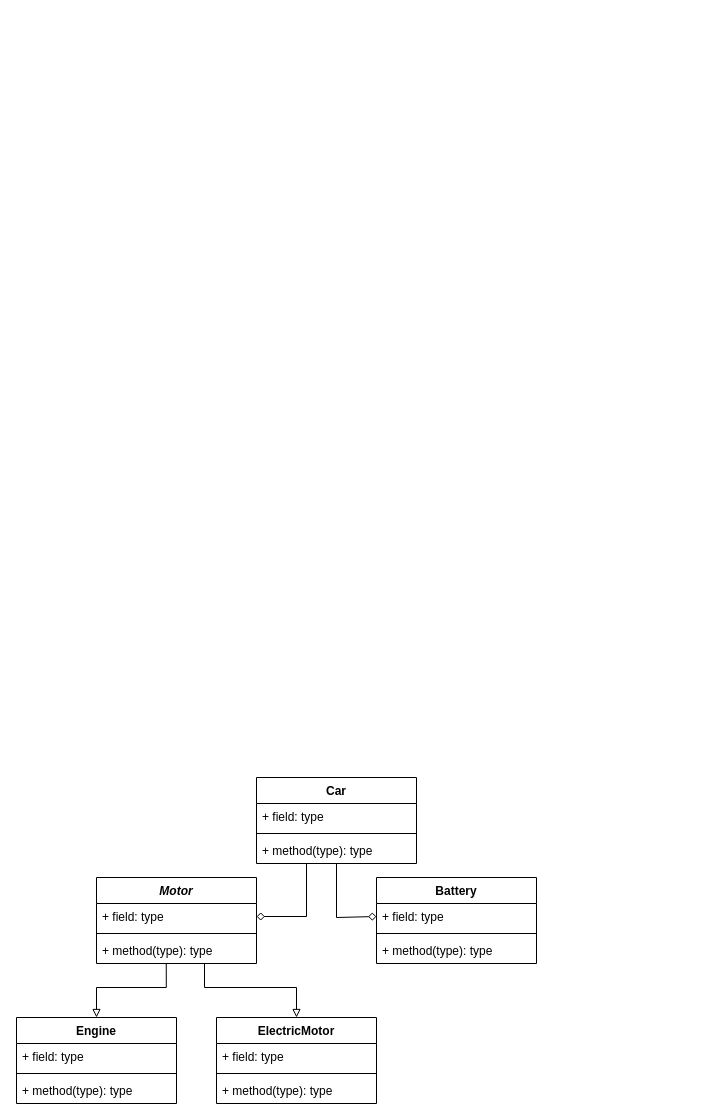
polandrea/polandrea keeps this draw.io diagram as Megnevezetlen diagram.drawio. Above is the earlier version. Source tidied: cells renumbered, new cells numbered last; positions are measured from the earlier drawing's top-left corner, leaving out a move shared by most shapes. Both pictures are drawn from the tidied source at 100%, with x=0, y=0 at pixel (16, 777).
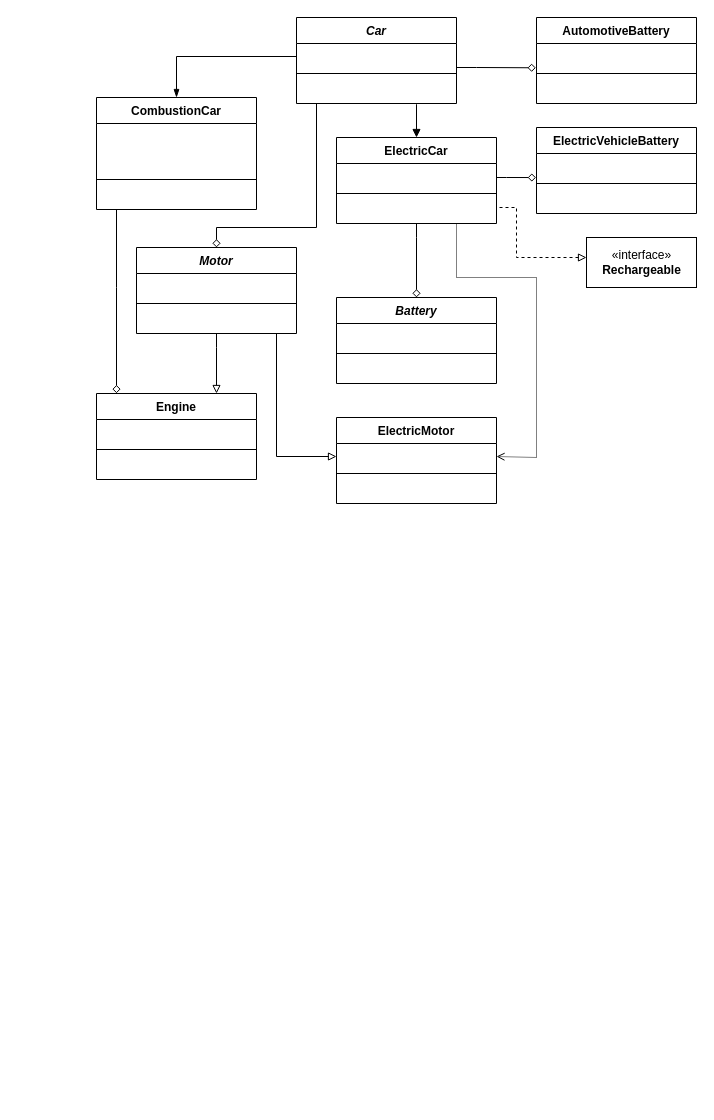
The same page after the edit.

Commit message:
cars diagram.drawio frissítés

Change to the diagram source:
```diff
@@
-    <mxCell id="2" style="edgeStyle=orthogonalEdgeStyle;rounded=0;jettySize=auto;html=1;entryX=1;entryY=0.5;entryDx=0;entryDy=0;endArrow=diamond;endFill=0;" parent="1" edge="1" source="4" target="15">
-      <mxGeometry relative="1" as="geometry">
-        <Array as="points">
-          <mxPoint x="290" y="139" />
-        </Array>
-      </mxGeometry>
-    </mxCell>
-    <mxCell id="3" style="edgeStyle=orthogonalEdgeStyle;rounded=0;jettySize=auto;html=1;entryX=0;entryY=0.5;entryDx=0;entryDy=0;endArrow=diamond;endFill=0;" parent="1" edge="1" source="4" target="9">
-      <mxGeometry relative="1" as="geometry">
-        <Array as="points">
-          <mxPoint x="320" y="140" />
-          <mxPoint x="360" y="140" />
-        </Array>
-      </mxGeometry>
-    </mxCell>
+    <mxCell id="26" style="edgeStyle=orthogonalEdgeStyle;rounded=0;jettySize=auto;html=1;endArrow=diamond;endFill=0;startArrow=none;" parent="1" edge="1" source="51" target="8">
+      <mxGeometry relative="1" as="geometry">
+        <Array as="points">
+          <mxPoint x="400" y="-540" />
+          <mxPoint x="400" y="-540" />
+        </Array>
+      </mxGeometry>
+    </mxCell>
+    <mxCell id="27" style="edgeStyle=orthogonalEdgeStyle;rounded=0;jettySize=auto;html=1;entryX=0.5;entryY=0;entryDx=0;entryDy=0;endArrow=diamond;endFill=0;" parent="1" edge="1" source="4" target="14">
+      <mxGeometry relative="1" as="geometry">
+        <Array as="points">
+          <mxPoint x="300" y="-550" />
+          <mxPoint x="200" y="-550" />
+        </Array>
+      </mxGeometry>
+    </mxCell>
+    <mxCell id="28" style="edgeStyle=orthogonalEdgeStyle;rounded=0;jettySize=auto;html=1;endArrow=diamond;endFill=0;entryX=-0.004;entryY=0.934;entryDx=0;entryDy=0;entryPerimeter=0;" parent="1" edge="1" source="4" target="47">
+      <mxGeometry relative="1" as="geometry">
+        <Array as="points">
+          <mxPoint x="460" y="-710" />
+          <mxPoint x="460" y="-710" />
+        </Array>
+      </mxGeometry>
+    </mxCell>
-    <mxCell id="4" value="Car" style="swimlane;fontStyle=1;align=center;verticalAlign=top;horizontal=1;startSize=26;" parent="1" vertex="1">
-      <mxGeometry x="240" width="160" height="86" as="geometry" />
+    <mxCell id="4" value="Car" style="swimlane;fontStyle=3;align=center;verticalAlign=top;horizontal=1;startSize=26;" parent="1" vertex="1">
+      <mxGeometry x="280" y="-760" width="160" height="86" as="geometry" />
     </mxCell>
-    <mxCell id="5" value="+ field: type" style="text;strokeColor=none;fillColor=none;align=left;verticalAlign=top;spacingLeft=4;spacingRight=4;overflow=hidden;points=[[0,0.5],[1,0.5]];portConstraint=eastwest;" parent="4" vertex="1">
+    <mxCell id="5" value=" " style="text;strokeColor=none;fillColor=none;align=left;verticalAlign=top;spacingLeft=4;spacingRight=4;overflow=hidden;points=[[0,0.5],[1,0.5]];portConstraint=eastwest;" parent="4" vertex="1">
       <mxGeometry y="26" width="160" height="26" as="geometry" />
     </mxCell>
@@
-    <mxCell id="7" value="+ method(type): type" style="text;strokeColor=none;fillColor=none;align=left;verticalAlign=top;spacingLeft=4;spacingRight=4;overflow=hidden;" parent="4" vertex="1">
+    <mxCell id="7" value=" " style="text;strokeColor=none;fillColor=none;align=left;verticalAlign=top;spacingLeft=4;spacingRight=4;overflow=hidden;" parent="4" vertex="1">
       <mxGeometry y="60" width="160" height="26" as="geometry" />
     </mxCell>
-    <mxCell id="8" value="Battery" style="swimlane;fontStyle=1;align=center;verticalAlign=top;horizontal=1;startSize=26;" parent="1" vertex="1">
-      <mxGeometry x="360" y="100" width="160" height="86" as="geometry" />
+    <mxCell id="8" value="Battery" style="swimlane;fontStyle=3;align=center;verticalAlign=top;horizontal=1;startSize=26;" parent="1" vertex="1">
+      <mxGeometry x="320" y="-480" width="160" height="86" as="geometry" />
     </mxCell>
-    <mxCell id="9" value="+ field: type" style="text;strokeColor=none;fillColor=none;align=left;verticalAlign=top;spacingLeft=4;spacingRight=4;overflow=hidden;points=[[0,0.5],[1,0.5]];portConstraint=eastwest;" parent="8" vertex="1">
+    <mxCell id="9" value=" " style="text;strokeColor=none;fillColor=none;align=left;verticalAlign=top;spacingLeft=4;spacingRight=4;overflow=hidden;points=[[0,0.5],[1,0.5]];portConstraint=eastwest;" parent="8" vertex="1">
       <mxGeometry y="26" width="160" height="26" as="geometry" />
     </mxCell>
@@
-    <mxCell id="11" value="+ method(type): type" style="text;strokeColor=none;fillColor=none;align=left;verticalAlign=top;spacingLeft=4;spacingRight=4;overflow=hidden;" parent="8" vertex="1">
+    <mxCell id="11" value=" " style="text;strokeColor=none;fillColor=none;align=left;verticalAlign=top;spacingLeft=4;spacingRight=4;overflow=hidden;" parent="8" vertex="1">
       <mxGeometry y="60" width="160" height="26" as="geometry" />
     </mxCell>
-    <mxCell id="12" style="edgeStyle=orthogonalEdgeStyle;rounded=0;jettySize=auto;html=1;entryX=0.5;entryY=0;entryDx=0;entryDy=0;endArrow=block;endFill=0;" parent="1" edge="1" source="17" target="22">
-      <mxGeometry relative="1" as="geometry">
-        <Array as="points">
-          <mxPoint x="188" y="210" />
-          <mxPoint x="280" y="210" />
-        </Array>
-      </mxGeometry>
-    </mxCell>
-    <mxCell id="13" style="edgeStyle=orthogonalEdgeStyle;rounded=0;jettySize=auto;html=1;entryX=0.5;entryY=0;entryDx=0;entryDy=0;exitX=0.436;exitY=0.992;exitDx=0;exitDy=0;exitPerimeter=0;endArrow=block;endFill=0;" parent="1" edge="1" source="17" target="18">
-      <mxGeometry relative="1" as="geometry">
-        <Array as="points">
-          <mxPoint x="150" y="210" />
-          <mxPoint x="80" y="210" />
-        </Array>
-      </mxGeometry>
-    </mxCell>
+    <mxCell id="29" style="edgeStyle=orthogonalEdgeStyle;rounded=0;jettySize=auto;html=1;endArrow=block;endFill=0;entryX=0;entryY=0.5;entryDx=0;entryDy=0;" parent="1" edge="1" source="14" target="23">
+      <mxGeometry relative="1" as="geometry">
+        <Array as="points">
+          <mxPoint x="260" y="-321" />
+        </Array>
+      </mxGeometry>
+    </mxCell>
+    <mxCell id="30" style="edgeStyle=orthogonalEdgeStyle;rounded=0;jettySize=auto;html=1;endArrow=block;endFill=0;" parent="1" edge="1" source="14" target="18">
+      <mxGeometry relative="1" as="geometry">
+        <Array as="points">
+          <mxPoint x="200" y="-430" />
+          <mxPoint x="200" y="-430" />
+        </Array>
+      </mxGeometry>
+    </mxCell>
     <mxCell id="14" value="Motor" style="swimlane;fontStyle=3;align=center;verticalAlign=top;horizontal=1;startSize=26;" parent="1" vertex="1">
-      <mxGeometry x="80" y="100" width="160" height="86" as="geometry" />
+      <mxGeometry x="120" y="-530" width="160" height="86" as="geometry" />
     </mxCell>
-    <mxCell id="15" value="+ field: type" style="text;strokeColor=none;fillColor=none;align=left;verticalAlign=top;spacingLeft=4;spacingRight=4;overflow=hidden;points=[[0,0.5],[1,0.5]];portConstraint=eastwest;" parent="14" vertex="1">
+    <mxCell id="15" value=" " style="text;strokeColor=none;fillColor=none;align=left;verticalAlign=top;spacingLeft=4;spacingRight=4;overflow=hidden;points=[[0,0.5],[1,0.5]];portConstraint=eastwest;" parent="14" vertex="1">
       <mxGeometry y="26" width="160" height="26" as="geometry" />
     </mxCell>
@@
-    <mxCell id="17" value="+ method(type): type" style="text;strokeColor=none;fillColor=none;align=left;verticalAlign=top;spacingLeft=4;spacingRight=4;overflow=hidden;points=[[0,0.5],[1,0.5]];portConstraint=eastwest;" parent="14" vertex="1">
+    <mxCell id="17" value=" " style="text;strokeColor=none;fillColor=none;align=left;verticalAlign=top;spacingLeft=4;spacingRight=4;overflow=hidden;points=[[0,0.5],[1,0.5]];portConstraint=eastwest;" parent="14" vertex="1">
       <mxGeometry y="60" width="160" height="26" as="geometry" />
     </mxCell>
     <mxCell id="18" value="Engine" style="swimlane;fontStyle=1;align=center;verticalAlign=top;horizontal=1;startSize=26;" parent="1" vertex="1">
-      <mxGeometry y="240" width="160" height="86" as="geometry" />
+      <mxGeometry x="80" y="-384" width="160" height="86" as="geometry" />
     </mxCell>
-    <mxCell id="19" value="+ field: type" style="text;strokeColor=none;fillColor=none;align=left;verticalAlign=top;spacingLeft=4;spacingRight=4;overflow=hidden;" parent="18" vertex="1">
+    <mxCell id="19" value=" " style="text;strokeColor=none;fillColor=none;align=left;verticalAlign=top;spacingLeft=4;spacingRight=4;overflow=hidden;" parent="18" vertex="1">
       <mxGeometry y="26" width="160" height="26" as="geometry" />
     </mxCell>
@@
-    <mxCell id="21" value="+ method(type): type" style="text;strokeColor=none;fillColor=none;align=left;verticalAlign=top;spacingLeft=4;spacingRight=4;overflow=hidden;" parent="18" vertex="1">
+    <mxCell id="21" value=" " style="text;strokeColor=none;fillColor=none;align=left;verticalAlign=top;spacingLeft=4;spacingRight=4;overflow=hidden;" parent="18" vertex="1">
       <mxGeometry y="60" width="160" height="26" as="geometry" />
     </mxCell>
     <mxCell id="22" value="ElectricMotor" style="swimlane;fontStyle=1;align=center;verticalAlign=top;horizontal=1;startSize=26;" parent="1" vertex="1">
-      <mxGeometry x="200" y="240" width="160" height="86" as="geometry" />
+      <mxGeometry x="320" y="-360" width="160" height="86" as="geometry" />
     </mxCell>
-    <mxCell id="23" value="+ field: type" style="text;strokeColor=none;fillColor=none;align=left;verticalAlign=top;spacingLeft=4;spacingRight=4;overflow=hidden;points=[[0,0.5],[1,0.5]];portConstraint=eastwest;" parent="22" vertex="1">
+    <mxCell id="23" value=" " style="text;strokeColor=none;fillColor=none;align=left;verticalAlign=top;spacingLeft=4;spacingRight=4;overflow=hidden;points=[[0,0.5],[1,0.5]];portConstraint=eastwest;" parent="22" vertex="1">
       <mxGeometry y="26" width="160" height="26" as="geometry" />
     </mxCell>
@@
-    <mxCell id="25" value="+ method(type): type" style="text;strokeColor=none;fillColor=none;align=left;verticalAlign=top;spacingLeft=4;spacingRight=4;overflow=hidden;" parent="22" vertex="1">
+    <mxCell id="25" value=" " style="text;strokeColor=none;fillColor=none;align=left;verticalAlign=top;spacingLeft=4;spacingRight=4;overflow=hidden;" parent="22" vertex="1">
       <mxGeometry y="60" width="160" height="26" as="geometry" />
     </mxCell>
+    <mxCell id="31" style="edgeStyle=orthogonalEdgeStyle;rounded=0;jettySize=auto;html=1;endArrow=open;endFill=0;entryX=1;entryY=0.5;entryDx=0;entryDy=0;dashed=1;dashPattern=1 1;" parent="1" edge="1" source="51" target="23">
+      <mxGeometry relative="1" as="geometry">
+        <Array as="points">
+          <mxPoint x="440" y="-500" />
+          <mxPoint x="520" y="-500" />
+          <mxPoint x="520" y="-320" />
+          <mxPoint x="480" y="-320" />
+        </Array>
+      </mxGeometry>
+    </mxCell>
+    <mxCell id="32" style="edgeStyle=orthogonalEdgeStyle;rounded=0;jettySize=auto;html=1;endArrow=diamond;endFill=0;entryX=-0.003;entryY=0.925;entryDx=0;entryDy=0;entryPerimeter=0;" parent="1" edge="1" source="51" target="43">
+      <mxGeometry relative="1" as="geometry">
+        <Array as="points">
+          <mxPoint x="490" y="-600" />
+          <mxPoint x="490" y="-600" />
+        </Array>
+      </mxGeometry>
+    </mxCell>
+    <mxCell id="33" style="edgeStyle=orthogonalEdgeStyle;rounded=0;jettySize=auto;html=1;endArrow=block;endFill=1;" parent="1" edge="1" target="51">
+      <mxGeometry relative="1" as="geometry">
+        <mxPoint x="400" y="-670" as="sourcePoint" />
+        <Array as="points">
+          <mxPoint x="400" y="-673" />
+          <mxPoint x="400" y="-640" />
+          <mxPoint x="440" y="-640" />
+        </Array>
+      </mxGeometry>
+    </mxCell>
+    <mxCell id="34" value="«interface»&lt;br&gt;&lt;span style=&quot;font-weight: 700;&quot;&gt;Rechargeable&lt;/span&gt;" style="html=1;" parent="1" vertex="1">
+      <mxGeometry x="570" y="-540" width="110" height="50" as="geometry" />
+    </mxCell>
+    <mxCell id="35" style="edgeStyle=orthogonalEdgeStyle;rounded=0;jettySize=auto;html=1;dashed=1;endArrow=block;endFill=0;exitX=1;exitY=0.5;exitDx=0;exitDy=0;" parent="1" edge="1" source="54">
+      <mxGeometry relative="1" as="geometry">
+        <mxPoint x="570" y="-520" as="targetPoint" />
+        <Array as="points">
+          <mxPoint x="480" y="-570" />
+          <mxPoint x="500" y="-570" />
+          <mxPoint x="500" y="-520" />
+          <mxPoint x="570" y="-520" />
+        </Array>
+      </mxGeometry>
+    </mxCell>
+    <mxCell id="36" style="edgeStyle=orthogonalEdgeStyle;rounded=0;jettySize=auto;html=1;endArrow=diamond;endFill=0;entryX=0.125;entryY=-0.002;entryDx=0;entryDy=0;entryPerimeter=0;" parent="1" edge="1" source="37" target="18">
+      <mxGeometry relative="1" as="geometry">
+        <Array as="points">
+          <mxPoint x="100" y="-490" />
+          <mxPoint x="100" y="-490" />
+        </Array>
+      </mxGeometry>
+    </mxCell>
+    <mxCell id="37" value="CombustionCar" style="swimlane;fontStyle=1;align=center;verticalAlign=top;horizontal=1;startSize=26;" parent="1" vertex="1">
+      <mxGeometry x="80" y="-680" width="160" height="112" as="geometry" />
+    </mxCell>
+    <mxCell id="38" value=" " style="text;strokeColor=none;fillColor=none;align=left;verticalAlign=top;spacingLeft=4;spacingRight=4;overflow=hidden;" parent="37" vertex="1">
+      <mxGeometry y="26" width="160" height="26" as="geometry" />
+    </mxCell>
+    <mxCell id="39" value=" " style="text;strokeColor=none;fillColor=none;align=left;verticalAlign=top;spacingLeft=4;spacingRight=4;overflow=hidden;" parent="37" vertex="1">
+      <mxGeometry y="52" width="160" height="26" as="geometry" />
+    </mxCell>
+    <mxCell id="40" style="line;strokeWidth=1;fillColor=none;align=left;verticalAlign=middle;spacingTop=-1;spacingLeft=3;spacingRight=3;labelPosition=right;" parent="37" vertex="1">
+      <mxGeometry y="78" width="160" height="8" as="geometry" />
+    </mxCell>
+    <mxCell id="41" value=" " style="text;strokeColor=none;fillColor=none;align=left;verticalAlign=top;spacingLeft=4;spacingRight=4;overflow=hidden;" parent="37" vertex="1">
+      <mxGeometry y="86" width="160" height="26" as="geometry" />
+    </mxCell>
+    <mxCell id="42" value="ElectricVehicleBattery" style="swimlane;fontStyle=1;align=center;verticalAlign=top;horizontal=1;startSize=26;" parent="1" vertex="1">
+      <mxGeometry x="520" y="-650" width="160" height="86" as="geometry" />
+    </mxCell>
+    <mxCell id="43" value=" " style="text;strokeColor=none;fillColor=none;align=left;verticalAlign=top;spacingLeft=4;spacingRight=4;overflow=hidden;points=[[0,0.5],[1,0.5]];portConstraint=eastwest;" parent="42" vertex="1">
+      <mxGeometry y="26" width="160" height="26" as="geometry" />
+    </mxCell>
+    <mxCell id="44" style="line;strokeWidth=1;fillColor=none;align=left;verticalAlign=middle;spacingTop=-1;spacingLeft=3;spacingRight=3;labelPosition=right;" parent="42" vertex="1">
+      <mxGeometry y="52" width="160" height="8" as="geometry" />
+    </mxCell>
+    <mxCell id="45" value=" " style="text;strokeColor=none;fillColor=none;align=left;verticalAlign=top;spacingLeft=4;spacingRight=4;overflow=hidden;" parent="42" vertex="1">
+      <mxGeometry y="60" width="160" height="26" as="geometry" />
+    </mxCell>
+    <mxCell id="46" value="AutomotiveBattery" style="swimlane;fontStyle=1;align=center;verticalAlign=top;horizontal=1;startSize=26;" parent="1" vertex="1">
+      <mxGeometry x="520" y="-760" width="160" height="86" as="geometry" />
+    </mxCell>
+    <mxCell id="47" value=" " style="text;strokeColor=none;fillColor=none;align=left;verticalAlign=top;spacingLeft=4;spacingRight=4;overflow=hidden;points=[[0,0.5],[1,0.5]];portConstraint=eastwest;" parent="46" vertex="1">
+      <mxGeometry y="26" width="160" height="26" as="geometry" />
+    </mxCell>
+    <mxCell id="48" style="line;strokeWidth=1;fillColor=none;align=left;verticalAlign=middle;spacingTop=-1;spacingLeft=3;spacingRight=3;labelPosition=right;" parent="46" vertex="1">
+      <mxGeometry y="52" width="160" height="8" as="geometry" />
+    </mxCell>
+    <mxCell id="49" value=" " style="text;strokeColor=none;fillColor=none;align=left;verticalAlign=top;spacingLeft=4;spacingRight=4;overflow=hidden;" parent="46" vertex="1">
+      <mxGeometry y="60" width="160" height="26" as="geometry" />
+    </mxCell>
+    <mxCell id="50" style="edgeStyle=orthogonalEdgeStyle;rounded=0;jettySize=auto;html=1;endArrow=blockThin;endFill=1;entryX=0.5;entryY=0;entryDx=0;entryDy=0;" parent="1" edge="1" source="5" target="37">
+      <mxGeometry relative="1" as="geometry" />
+    </mxCell>
+    <mxCell id="51" value="ElectricCar" style="swimlane;fontStyle=1;align=center;verticalAlign=top;horizontal=1;startSize=26;" parent="1" vertex="1">
+      <mxGeometry x="320" y="-640" width="160" height="86" as="geometry" />
+    </mxCell>
+    <mxCell id="52" value=" " style="text;strokeColor=none;fillColor=none;align=left;verticalAlign=top;spacingLeft=4;spacingRight=4;overflow=hidden;" parent="51" vertex="1">
+      <mxGeometry y="26" width="160" height="26" as="geometry" />
+    </mxCell>
+    <mxCell id="53" style="line;strokeWidth=1;fillColor=none;align=left;verticalAlign=middle;spacingTop=-1;spacingLeft=3;spacingRight=3;labelPosition=right;" parent="51" vertex="1">
+      <mxGeometry y="52" width="160" height="8" as="geometry" />
+    </mxCell>
+    <mxCell id="54" value=" " style="text;strokeColor=none;fillColor=none;align=left;verticalAlign=top;spacingLeft=4;spacingRight=4;overflow=hidden;points=[[0,0.5],[1,0.5]];portConstraint=eastwest;" parent="51" vertex="1">
+      <mxGeometry y="60" width="160" height="26" as="geometry" />
+    </mxCell>
```
